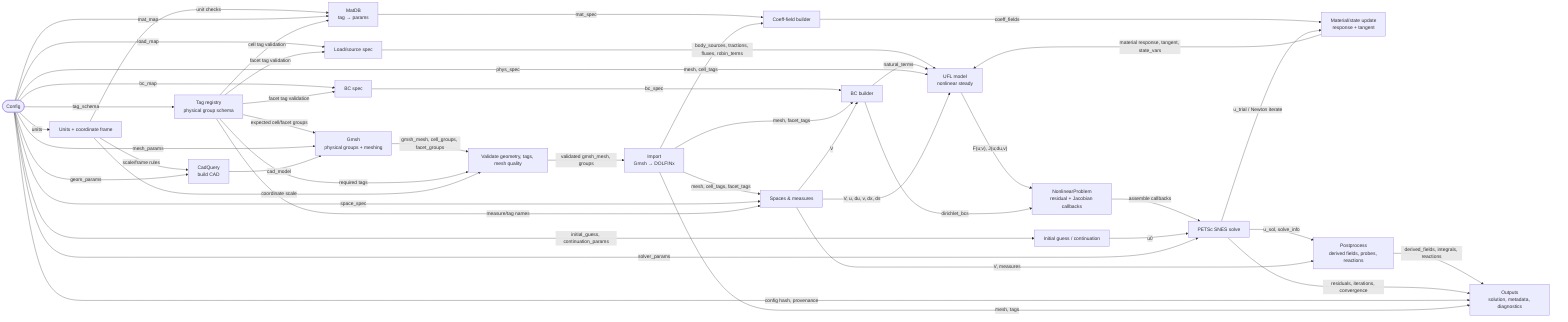
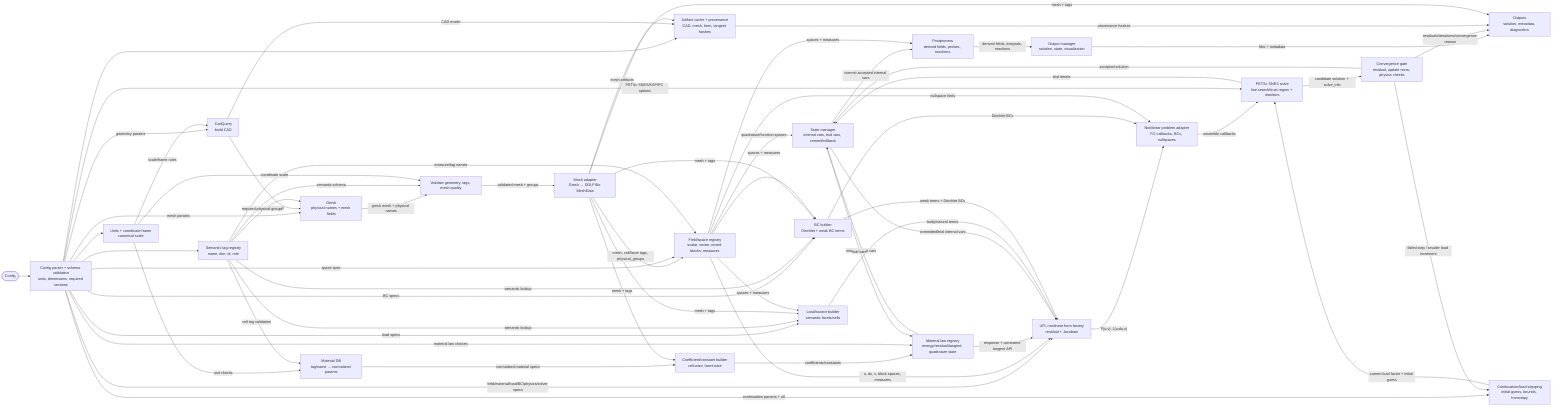
flowchart LR
    U([Config])
-     UNITS["Units + coordinate frame"]
-     TAGS["Tag registry\nphysical group schema"]
+     CFG["Config parser + schema validation\nunits, dimensions, required sections"]
+     UNITS["Units + coordinate frame\ncanonical scale"]
+     TAGS["Semantic tag registry\nname, dim, id, role"]
+     CACHE["Artifact cache + provenance\nCAD, mesh, form, tangent hashes"]
    CQ["CadQuery\nbuild CAD"]
-     GM["Gmsh\nphysical groups + meshing"]
+     GM["Gmsh\nphysical names + mesh fields"]
    VAL["Validate geometry, tags, mesh quality"]
-     IM["Import\nGmsh → DOLFINx"]
-     FS["Spaces & measures"]
-     MDB["MatDB\ntag → params"]
-     CF["Coeff-field builder"]
-     MAT["Material/state update\nresponse + tangent"]
-     LOADS["Load/source spec"]
-     BCS["BC spec"]
-     BCB["BC builder"]
-     PHYS["UFL model\nnonlinear steady"]
-     GUESS["Initial guess / continuation"]
-     PROB["NonlinearProblem\nresidual + Jacobian callbacks"]
-     SNES["PETSc SNES solve"]
+     IM["Mesh adapter\nGmsh → DOLFINx MeshData"]
+     FS["Field/space registry\nscalar, vector, mixed blocks; measures"]
+     MDB["Material DB\ntag/name → normalized params"]
+     CF["Coefficient/constant builder\ncell-wise, facet-wise"]
+     MATLIB["Material law registry\nenergy/residual/tangent; quadrature state"]
+     STATE["State manager\ninternal vars, trial vars, commit/rollback"]
+     LOADS["Load/source builder\nsemantic facets/cells"]
+     BCS["BC builder\nDirichlet + weak BC terms"]
+     PHYS["UFL nonlinear form factory\nresidual + Jacobian"]
+     CONT["Continuation/load stepping\ninitial guess, bounds, homotopy"]
+     PROB["Nonlinear problem adapter\nF/J callbacks, BCs, nullspaces"]
+     SNES["PETSc SNES solve\nline search/trust region + monitors"]
+     CONV["Convergence gate\nresidual, update norm, physics checks"]
    POST["Postprocess\nderived fields, probes, reactions"]
+     IO["Output manager\nsolution, state, visualization"]
    OUT["Outputs\nsolution, metadata, diagnostics"]

- %% Global validation metadata
-     U -- units --> UNITS
-     U -- tag_schema --> TAGS
-     UNITS -- scale/frame rules --> CQ
-     UNITS -- unit checks --> MDB
-     TAGS -- expected cell/facet groups --> GM
+ %% Config and semantics
+     U --> CFG
+     CFG --> UNITS
+     CFG --> TAGS
+     CFG --> CACHE
+     CFG -- geometry params --> CQ
+     CFG -- mesh params --> GM
+     CFG -- field/material/load/BC/physics/solver specs --> PHYS

%% Geometry + mesh
-     U -- geom_params --> CQ
-     U -- mesh_params --> GM
-     CQ -- cad_model --> GM
-     GM -- "gmsh_mesh, cell_groups, facet_groups" --> VAL
-     TAGS -- required tags --> VAL
+     UNITS -- scale/frame rules --> CQ
+     CQ -- CAD model --> CACHE
+     CQ -- CAD model --> GM
+     TAGS -- required physical groups --> GM
+     GM -- gmsh mesh + physical names --> VAL
+     TAGS -- semantic schema --> VAL
    UNITS -- coordinate scale --> VAL
-     VAL -- "validated gmsh_mesh, groups" --> IM
-     IM -- "mesh, cell_tags, facet_tags" --> FS
+     VAL -- validated mesh + groups --> IM
+     IM -- mesh, cell/facet tags, physical_groups --> FS
+     IM -- mesh artifacts --> CACHE

- %% Spaces + measures
-     U -- space_spec --> FS
+ %% Fields, materials, loads, BCs
+     CFG -- space spec --> FS
    TAGS -- measure/tag names --> FS
+     UNITS -- unit checks --> MDB
+     TAGS -- cell tag validation --> MDB
+     MDB -- normalized material specs --> CF
+     CF -- coefficients/constants --> MATLIB
+     CFG -- material law choices --> MATLIB
+     IM -- mesh + tags --> CF
+     FS -- quadrature/function spaces --> STATE
+     MATLIB -- initial internal vars --> STATE
+     CFG -- load specs --> LOADS
+     CFG -- BC specs --> BCS
+     TAGS -- semantic lookup --> LOADS
+     TAGS -- semantic lookup --> BCS
+     IM -- mesh + tags --> LOADS
+     IM -- mesh + tags --> BCS
+     FS -- spaces + measures --> LOADS
+     FS -- spaces + measures --> BCS

- %% Materials / coefficients
-     U -- mat_map --> MDB
-     TAGS -- cell tag validation --> MDB
-     MDB -- mat_spec --> CF
-     IM -- "mesh, cell_tags" --> CF
-     CF -- coeff_fields --> MAT
- 
- %% Loads and boundary conditions
-     U -- load_map --> LOADS
-     U -- bc_map --> BCS
-     TAGS -- facet tag validation --> LOADS
-     TAGS -- facet tag validation --> BCS
-     LOADS -- "body_sources, tractions, fluxes, robin_terms" --> PHYS
-     BCS -- bc_spec --> BCB
-     IM -- "mesh, facet_tags" --> BCB
-     FS -- V --> BCB
-     BCB -- natural_terms --> PHYS
- 
- %% Physics + nonlinear problem
-     U -- phys_spec --> PHYS
-     FS -- "V, u, du, v, dx, ds" --> PHYS
-     MAT -- "material response, tangent, state_vars" --> PHYS
-     PHYS -- "F(u;v), J(u;du,v)" --> PROB
-     BCB -- dirichlet_bcs --> PROB
+ %% Nonlinear solve
+     CFG -- continuation params + u0 --> CONT
+     CONT -- current load factor + initial guess --> SNES
+     FS -- u, du, v, block spaces, measures --> PHYS
+     MATLIB -- response + consistent tangent API --> PHYS
+     STATE -- committed/trial internal vars --> PHYS
+     LOADS -- body/natural terms --> PHYS
+     BCS -- weak terms + Dirichlet BCs --> PHYS
+     PHYS -- F(u;v), J(u;du,v) --> PROB
+     BCS -- Dirichlet BCs --> PROB
+     FS -- nullspace hints --> PROB
    PROB -- assemble callbacks --> SNES
-     U -- "initial_guess, continuation_params" --> GUESS
-     GUESS -- u0 --> SNES
-     U -- solver_params --> SNES
-     SNES -- "u_trial / Newton iterate" --> MAT
-     SNES -- "u_sol, solve_info" --> POST
+     CFG -- PETSc SNES/KSP/PC options --> SNES
+     SNES -- trial iterate --> STATE
+     STATE -- trial vars --> MATLIB
+     SNES -- candidate solution + solve_info --> CONV
+     CONV -- accepted solution --> STATE
+     CONV -- failed step / smaller load increment --> CONT
+     STATE -- commit accepted internal vars --> POST

%% Results
-     FS -- "V, measures" --> POST
-     POST -- "derived_fields, integrals, reactions" --> OUT
-     SNES -- "residuals, iterations, convergence" --> OUT
-     U -- "config hash, provenance" --> OUT
-     IM -- "mesh, tags" --> OUT
+     FS -- spaces + measures --> POST
+     POST -- derived fields, integrals, reactions --> IO
+     IO -- files + metadata --> OUT
+     CONV -- residuals/iterations/convergence reason --> OUT
+     CACHE -- provenance hashes --> OUT
+     IM -- mesh + tags --> OUT
